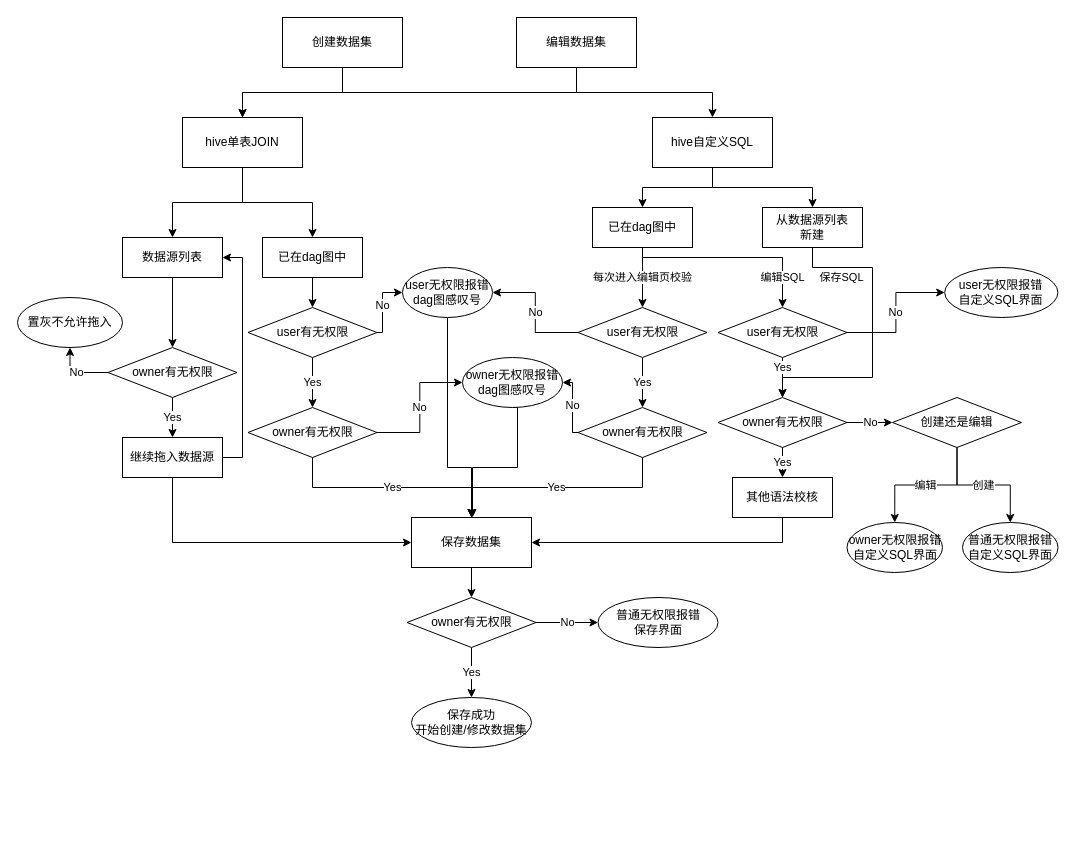
cai2yy/armot keeps this draw.io diagram as privilege.drawio. Above is the earlier version. Source tidied: cells renumbered, new cells numbered last; positions are measured from the earlier drawing's top-left corner, leaving out a move shared by most shapes. Both pictures are drawn from the tidied source at 100%, with x=0, y=0 at pixel (17, 17).
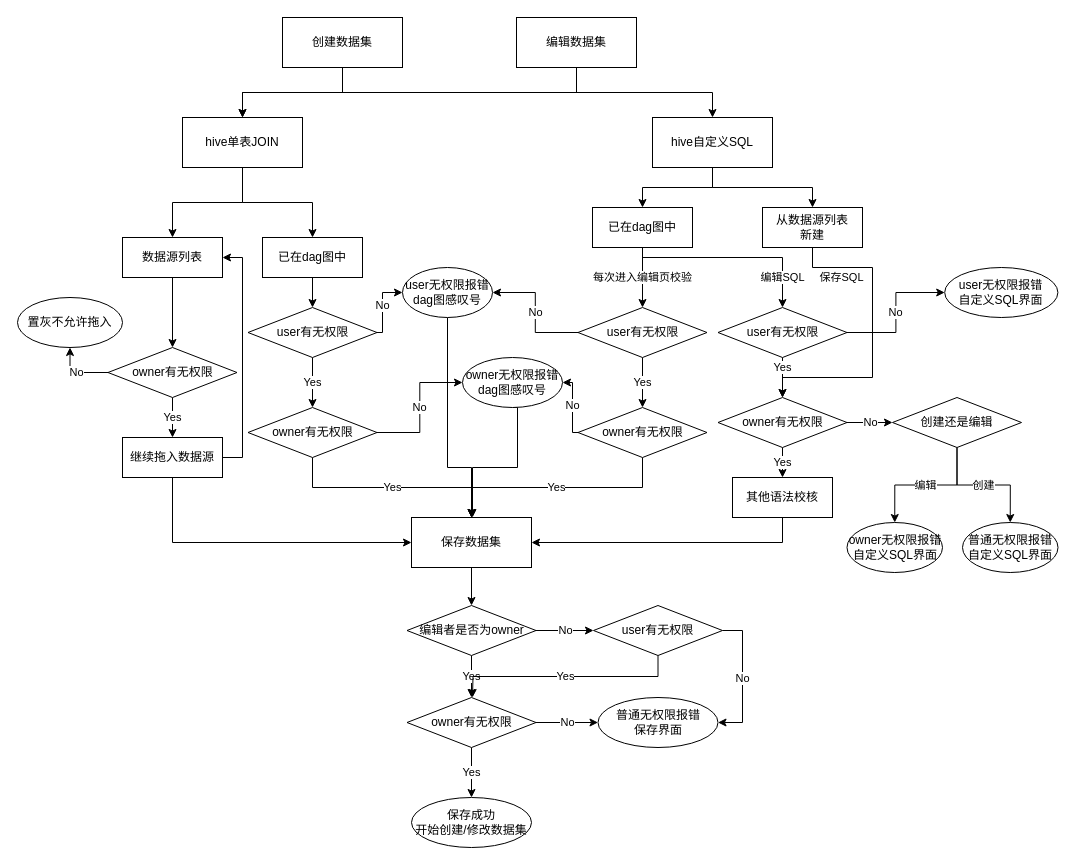
After the change.

Unchanged cells that the change refers to:
```xml
<mxCell id="19" value="保存数据集" style="rounded=0;whiteSpace=wrap;html=1;" parent="1" vertex="1">
  <mxGeometry x="394" y="500" width="120" height="50" as="geometry" />
</mxCell>
```

Diff of the diagram source:
```diff
@@
-    <mxCell id="18" style="edgeStyle=orthogonalEdgeStyle;rounded=0;jettySize=auto;html=1;exitX=0.5;exitY=1;exitDx=0;exitDy=0;entryX=0.5;entryY=0;entryDx=0;entryDy=0;" parent="1" edge="1" source="19" target="47">
-      <mxGeometry relative="1" as="geometry" />
-    </mxCell>
+    <mxCell id="66" style="edgeStyle=orthogonalEdgeStyle;rounded=0;jettySize=auto;html=1;exitX=0.5;exitY=1;exitDx=0;exitDy=0;entryX=0.5;entryY=0;entryDx=0;entryDy=0;" parent="1" edge="1" source="19" target="69">
+      <mxGeometry relative="1" as="geometry" />
+    </mxCell>
@@
     <mxCell id="20" value="普通无权限报错&lt;br&gt;保存界面" style="ellipse;whiteSpace=wrap;html=1;" parent="1" vertex="1">
-      <mxGeometry x="580.5" y="580" width="120" height="50" as="geometry" />
+      <mxGeometry x="580.5" y="680" width="120" height="50" as="geometry" />
     </mxCell>
@@
     <mxCell id="47" value="owner有无权限" style="rhombus;whiteSpace=wrap;html=1;" parent="1" vertex="1">
-      <mxGeometry x="389.5" y="580" width="129" height="50" as="geometry" />
+      <mxGeometry x="389.5" y="680" width="129" height="50" as="geometry" />
     </mxCell>
     <mxCell id="48" value="保存成功&lt;br&gt;开始创建/修改数据集" style="ellipse;whiteSpace=wrap;html=1;" parent="1" vertex="1">
-      <mxGeometry x="394" y="680" width="120" height="50" as="geometry" />
+      <mxGeometry x="394" y="780" width="120" height="50" as="geometry" />
     </mxCell>
@@
+    <mxCell id="67" value="Yes" style="edgeStyle=orthogonalEdgeStyle;rounded=0;jettySize=auto;html=1;exitX=0.5;exitY=1;exitDx=0;exitDy=0;entryX=0.5;entryY=0;entryDx=0;entryDy=0;" parent="1" edge="1" source="69" target="47">
+      <mxGeometry relative="1" as="geometry" />
+    </mxCell>
+    <mxCell id="68" value="No" style="edgeStyle=orthogonalEdgeStyle;rounded=0;jettySize=auto;html=1;exitX=1;exitY=0.5;exitDx=0;exitDy=0;entryX=0;entryY=0.5;entryDx=0;entryDy=0;" parent="1" edge="1" source="69" target="72">
+      <mxGeometry relative="1" as="geometry" />
+    </mxCell>
+    <mxCell id="69" value="编辑者是否为owner" style="rhombus;whiteSpace=wrap;html=1;" parent="1" vertex="1">
+      <mxGeometry x="389.5" y="588" width="129" height="50" as="geometry" />
+    </mxCell>
+    <mxCell id="70" value="Yes" style="edgeStyle=orthogonalEdgeStyle;rounded=0;jettySize=auto;html=1;exitX=0.5;exitY=1;exitDx=0;exitDy=0;" parent="1" edge="1" source="72">
+      <mxGeometry relative="1" as="geometry">
+        <mxPoint x="455" y="680" as="targetPoint" />
+      </mxGeometry>
+    </mxCell>
+    <mxCell id="71" value="No" style="edgeStyle=orthogonalEdgeStyle;rounded=0;jettySize=auto;html=1;exitX=1;exitY=0.5;exitDx=0;exitDy=0;entryX=1;entryY=0.5;entryDx=0;entryDy=0;" parent="1" edge="1" source="72" target="20">
+      <mxGeometry relative="1" as="geometry" />
+    </mxCell>
+    <mxCell id="72" value="user有无权限" style="rhombus;whiteSpace=wrap;html=1;" parent="1" vertex="1">
+      <mxGeometry x="576" y="588" width="129" height="50" as="geometry" />
+    </mxCell>
```
